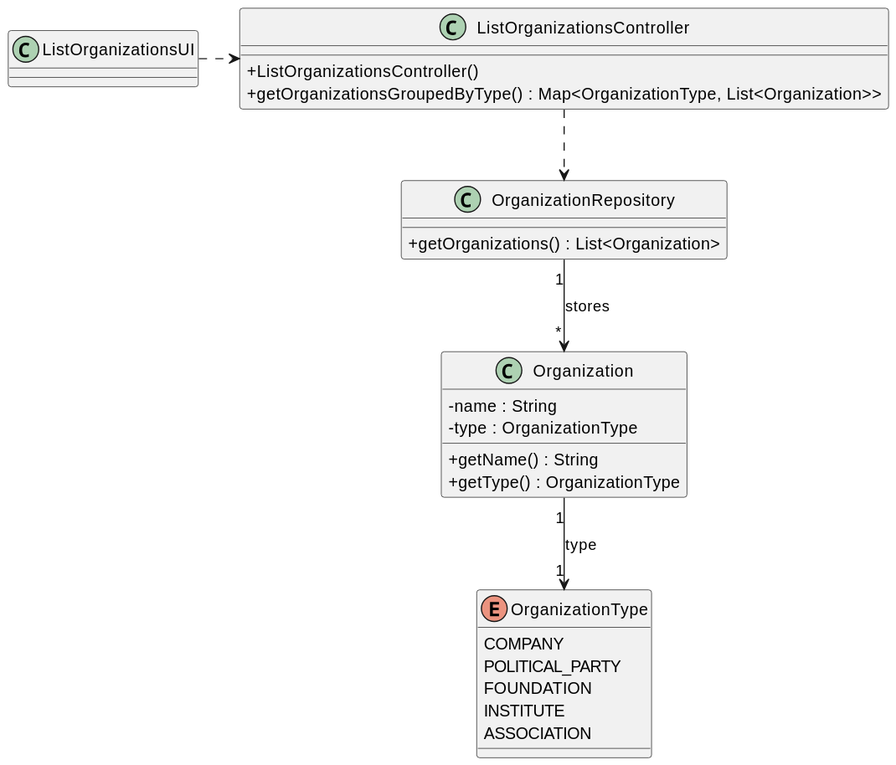
brunodspinto/crystal-clear-platform keeps this PlantUML diagram as docs/system-documentation/US03/03.design/svg/US03_CD.svg. Above is the earlier version.
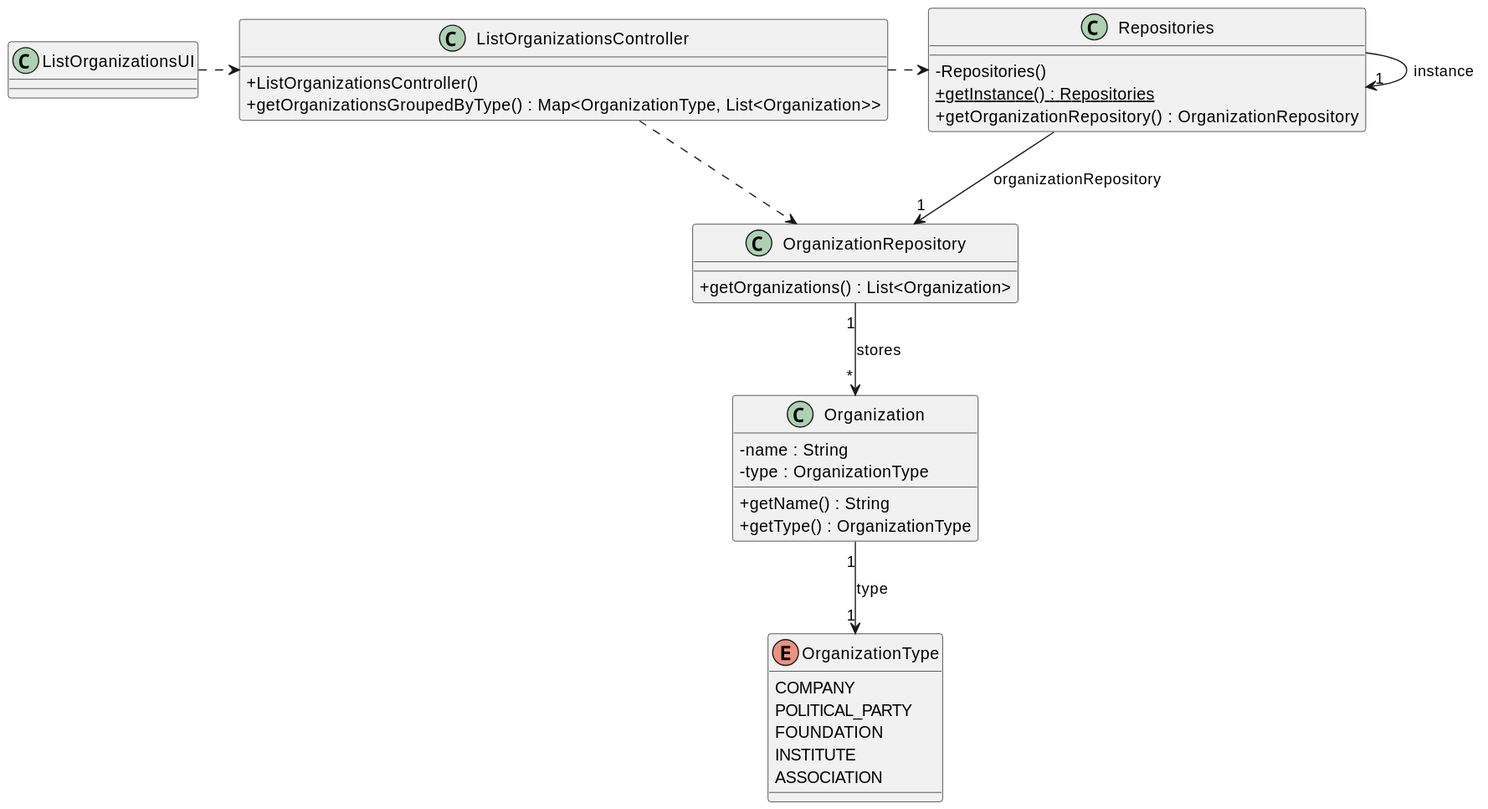
After the commit.

The edit, as a diff of the source:
```diff
@@ -16,6 +16,12 @@
     + getOrganizations() : List<Organization>
 }
 
+class Repositories {
+    - Repositories()
+    + {static} getInstance() : Repositories
+    + getOrganizationRepository() : OrganizationRepository
+}
+
 class Organization {
     - name : String
     - type : OrganizationType
@@ -32,7 +38,10 @@
 }
 
 ListOrganizationsUI .> ListOrganizationsController
+ListOrganizationsController .> Repositories
 ListOrganizationsController ..> OrganizationRepository
+Repositories -> "1" Repositories : instance
+Repositories --> "1" OrganizationRepository : organizationRepository
 OrganizationRepository "1" --> "*" Organization : stores
 Organization "1" --> "1" OrganizationType : type
 @enduml
```
